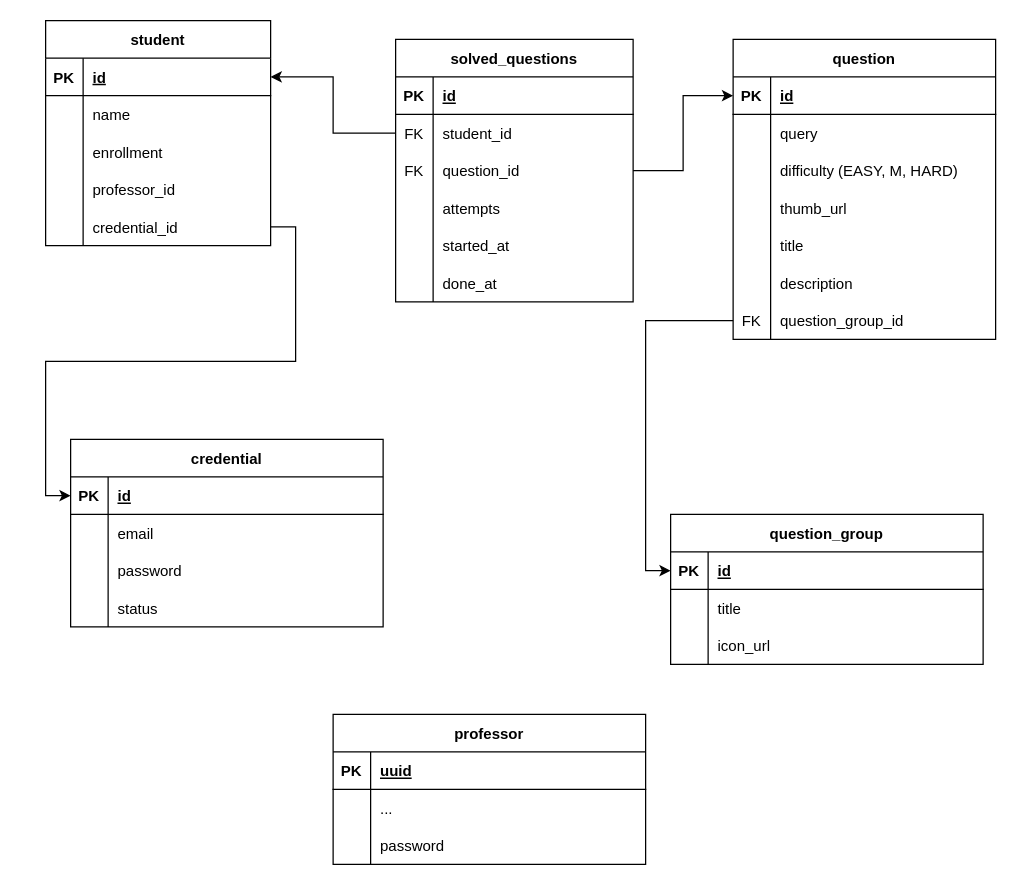
Before: learning_queries.drawio in jnaps12/Diagramas, a draw.io diagram. Source tidied: cells renumbered, new cells numbered last; positions are measured from the earlier drawing's top-left corner, leaving out a move shared by most shapes. Both pictures are drawn from the tidied source at 125%, with x=0, y=0 at pixel (45, 20).
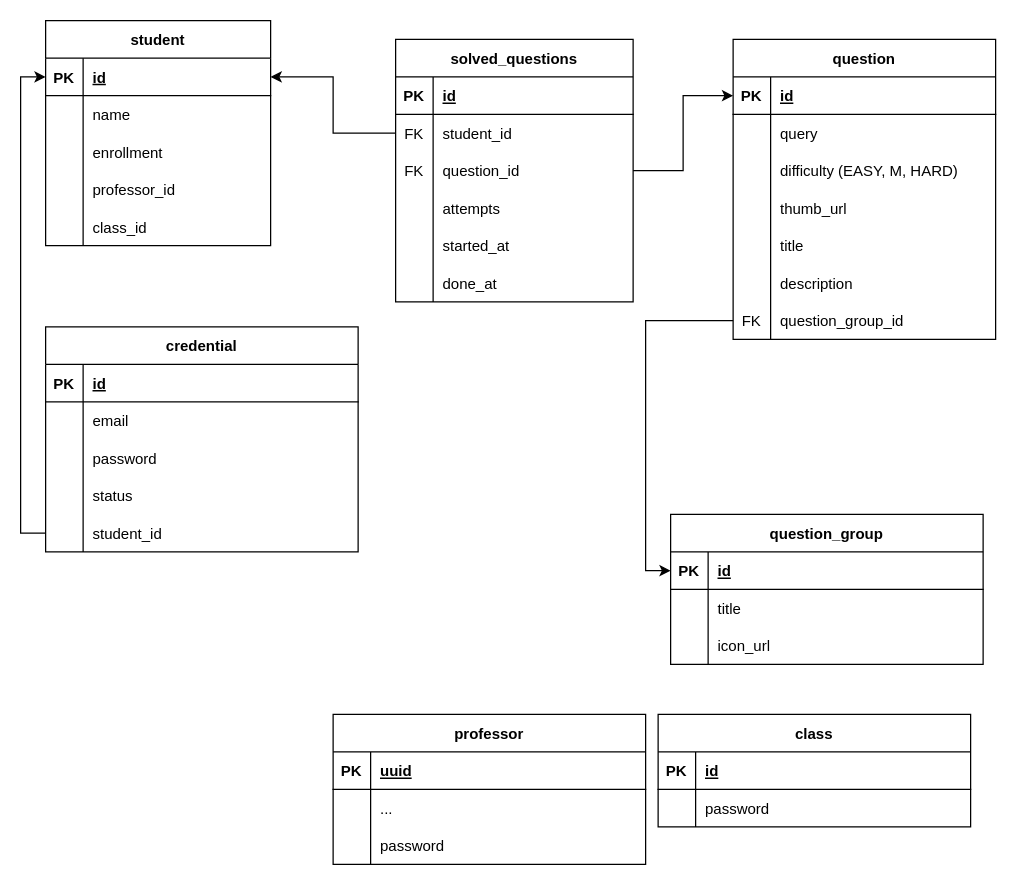
The same diagram, later.

The change refers to these unchanged cells:
```xml
<mxCell id="25" style="shape=partialRectangle;fillColor=none;points=[[0,0.5],[1,0.5]];portConstraint=eastwest;top=0;left=0;right=0;bottom=1;" parent="24" vertex="1">
  <mxGeometry y="30" width="180" height="30" as="geometry" />
</mxCell>
<mxCell id="37" style="shape=partialRectangle;fillColor=none;points=[[0,0.5],[1,0.5]];portConstraint=eastwest;top=0;left=0;right=0;bottom=0;" parent="24" vertex="1">
  <mxGeometry y="150" width="180" height="30" as="geometry" />
</mxCell>
<mxCell id="70" style="shape=partialRectangle;fillColor=none;points=[[0,0.5],[1,0.5]];portConstraint=eastwest;top=0;left=0;right=0;bottom=1;" parent="69" vertex="1">
  <mxGeometry y="30" width="250" height="30" as="geometry" />
</mxCell>
```

The edit, as a diff of the source:
```diff
@@
-    <mxCell id="38" style="shape=partialRectangle;overflow=hidden;fillColor=none;top=0;left=0;bottom=0;right=0;" parent="37" vertex="1">
-      <mxGeometry width="30" height="30" as="geometry" />
-    </mxCell>
-    <mxCell id="39" value="credential_id" style="shape=partialRectangle;overflow=hidden;fillColor=none;top=0;left=0;bottom=0;right=0;align=left;spacingLeft=6;" parent="37" vertex="1">
-      <mxGeometry x="30" width="150" height="30" as="geometry" />
-    </mxCell>
+    <mxCell id="96" style="shape=partialRectangle;overflow=hidden;fillColor=none;top=0;left=0;bottom=0;right=0;" parent="37" vertex="1">
+      <mxGeometry width="30" height="30" as="geometry" />
+    </mxCell>
+    <mxCell id="97" value="class_id" style="shape=partialRectangle;overflow=hidden;fillColor=none;top=0;left=0;bottom=0;right=0;align=left;spacingLeft=6;" parent="37" vertex="1">
+      <mxGeometry x="30" width="150" height="30" as="geometry" />
+    </mxCell>
@@
     <mxCell id="69" value="credential" style="shape=table;startSize=30;childLayout=tableLayout;rowLines=0;fontStyle=1;align=center;" parent="1" vertex="1">
-      <mxGeometry x="20" y="335" width="250" height="150" as="geometry" />
+      <mxGeometry y="245" width="250" height="180" as="geometry" />
     </mxCell>
@@
+    <mxCell id="98" style="shape=partialRectangle;fillColor=none;points=[[0,0.5],[1,0.5]];portConstraint=eastwest;top=0;left=0;right=0;bottom=0;" parent="69" vertex="1">
+      <mxGeometry y="150" width="250" height="30" as="geometry" />
+    </mxCell>
+    <mxCell id="99" style="shape=partialRectangle;overflow=hidden;fillColor=none;top=0;left=0;bottom=0;right=0;" parent="98" vertex="1">
+      <mxGeometry width="30" height="30" as="geometry" />
+    </mxCell>
+    <mxCell id="100" value="student_id" style="shape=partialRectangle;overflow=hidden;fillColor=none;top=0;left=0;bottom=0;right=0;align=left;spacingLeft=6;" parent="98" vertex="1">
+      <mxGeometry x="30" width="220" height="30" as="geometry" />
+    </mxCell>
@@
-    <mxCell id="92" style="edgeStyle=orthogonalEdgeStyle;rounded=0;jettySize=auto;html=1;entryX=0;entryY=0.5;entryDx=0;entryDy=0;" parent="1" edge="1" source="37" target="70">
-      <mxGeometry relative="1" as="geometry" />
-    </mxCell>
@@
+    <mxCell id="101" value="class" style="shape=table;startSize=30;childLayout=tableLayout;rowLines=0;fontStyle=1;align=center;" parent="1" vertex="1">
+      <mxGeometry x="490" y="555" width="250" height="90" as="geometry" />
+    </mxCell>
+    <mxCell id="102" style="shape=partialRectangle;fillColor=none;top=0;left=0;right=0;bottom=1;" parent="101" vertex="1">
+      <mxGeometry y="30" width="250" height="30" as="geometry" />
+    </mxCell>
+    <mxCell id="103" value="PK" style="shape=partialRectangle;overflow=hidden;fillColor=none;top=0;left=0;bottom=0;right=0;fontStyle=1;" parent="102" vertex="1">
+      <mxGeometry width="30" height="30" as="geometry" />
+    </mxCell>
+    <mxCell id="104" value="id" style="shape=partialRectangle;overflow=hidden;fillColor=none;top=0;left=0;bottom=0;right=0;align=left;spacingLeft=6;fontStyle=5;" parent="102" vertex="1">
+      <mxGeometry x="30" width="220" height="30" as="geometry" />
+    </mxCell>
+    <mxCell id="105" style="shape=partialRectangle;fillColor=none;top=0;left=0;right=0;bottom=0;" parent="101" vertex="1">
+      <mxGeometry y="60" width="250" height="30" as="geometry" />
+    </mxCell>
+    <mxCell id="106" style="shape=partialRectangle;overflow=hidden;fillColor=none;top=0;left=0;bottom=0;right=0;" parent="105" vertex="1">
+      <mxGeometry width="30" height="30" as="geometry" />
+    </mxCell>
+    <mxCell id="107" value="password" style="shape=partialRectangle;overflow=hidden;fillColor=none;top=0;left=0;bottom=0;right=0;align=left;spacingLeft=6;" parent="105" vertex="1">
+      <mxGeometry x="30" width="220" height="30" as="geometry" />
+    </mxCell>
+    <mxCell id="108" style="edgeStyle=orthogonalEdgeStyle;rounded=0;jettySize=auto;html=1;entryX=0;entryY=0.5;entryDx=0;entryDy=0;" parent="1" edge="1" source="98" target="25">
+      <mxGeometry relative="1" as="geometry" />
+    </mxCell>
```
